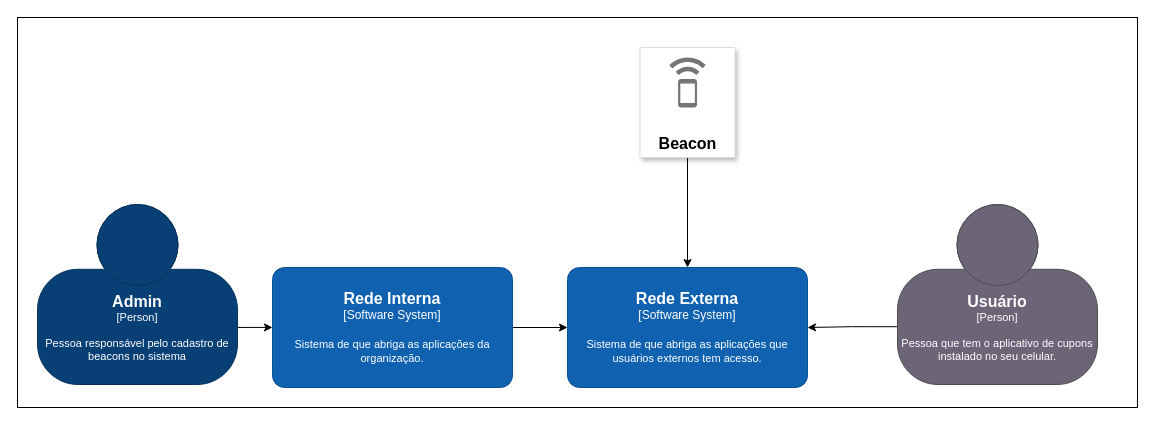
dickson-souza-projects/arq-soft-distrib-puc-minas-2025-java keeps this draw.io diagram as page "Contexto" (1 of 2) of arquitetura.drawio. Above is the earlier version. Source tidied: cells renumbered, new cells numbered last; positions are measured from the earlier drawing's top-left corner, leaving out a move shared by most shapes. Both pictures are drawn from the tidied source at 100%, with x=0, y=0 at pixel (17, 17).
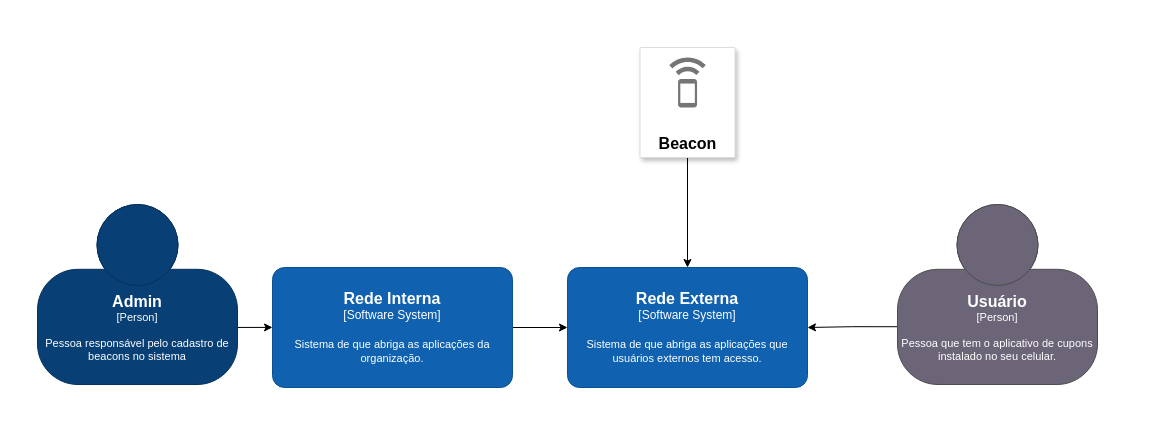
Above is the later version.

Change to the diagram source:
```diff
@@
 <mxGraphModel>
   <root>
     <mxCell id="0" />
     <mxCell id="1" parent="0" />
-    <mxCell id="2" style="rounded=0;whiteSpace=wrap;html=1;fillColor=default;" parent="1" vertex="1">
+    <mxCell id="2" style="rounded=0;whiteSpace=wrap;html=1;fillColor=default;strokeColor=none;" parent="1" vertex="1">
       <mxGeometry width="1120" height="390" as="geometry" />
     </mxCell>
     <mxCell id="3" style="edgeStyle=orthogonalEdgeStyle;rounded=0;jettySize=auto;html=1;exitX=0.993;exitY=0.683;exitDx=0;exitDy=0;exitPerimeter=0;entryX=0;entryY=0.5;entryDx=0;entryDy=0;entryPerimeter=0;" parent="1" edge="1" source="4" target="6">
       <mxGeometry relative="1" as="geometry" />
     </mxCell>
     <object id="4" label="&lt;font style=&quot;font-size: 16px&quot;&gt;&lt;b&gt;&lt;font color=&quot;#FFFFFF&quot;&gt;%c4Name%&lt;/font&gt;&lt;/b&gt;&lt;/font&gt;&lt;div&gt;&lt;font color=&quot;#FFFFFF&quot;&gt;[%c4Type%]&lt;/font&gt;&lt;/div&gt;&lt;br&gt;&lt;div&gt;&lt;font style=&quot;font-size: 11px&quot;&gt;&lt;font color=&quot;#FFFFFF&quot;&gt;%c4Description%&lt;/font&gt;&lt;/font&gt;&lt;/div&gt;" c4Description="Pessoa responsável pelo cadastro de beacons no sistema" c4Name="Admin" c4Type="Person" placeholders="1">
       <mxCell style="html=1;fontSize=11;dashed=0;whiteSpace=wrap;fillColor=#083F75;strokeColor=#06315C;fontColor=#ffffff;shape=mxgraph.c4.person2;align=center;points=[[0.5,0,0],[1,0.5,0],[1,0.75,0],[0.75,1,0],[0.5,1,0],[0.25,1,0],[0,0.75,0],[0,0.5,0]];labelBackgroundColor=none;shadow=0;" parent="1" vertex="1">
         <mxGeometry x="20" y="187" width="200" height="180" as="geometry" />
       </mxCell>
     </object>
     <mxCell id="5" style="edgeStyle=orthogonalEdgeStyle;rounded=0;jettySize=auto;html=1;" parent="1" edge="1" source="6" target="7">
       <mxGeometry relative="1" as="geometry" />
     </mxCell>
     <object id="6" label="&lt;font style=&quot;font-size: 16px&quot;&gt;&lt;b&gt;&lt;font color=&quot;#FFFFFF&quot;&gt;%c4Name%&lt;/font&gt;&lt;/b&gt;&lt;/font&gt;&lt;div&gt;&lt;font color=&quot;#FFFFFF&quot;&gt;[%c4Type%]&lt;/font&gt;&lt;/div&gt;&lt;br&gt;&lt;div&gt;&lt;font style=&quot;font-size: 11px&quot;&gt;&lt;font color=&quot;#FFFFFF&quot;&gt;%c4Description%&lt;/font&gt;&lt;/div&gt;" c4Description="Sistema de que abriga as aplicações da organização." c4Name="Rede Interna" c4Type="Software System" placeholders="1">
       <mxCell style="rounded=1;whiteSpace=wrap;html=1;labelBackgroundColor=none;fillColor=#1061B0;fontColor=#ffffff;align=center;arcSize=10;strokeColor=#0D5091;points=[[0.25,0,0],[0.5,0,0],[0.75,0,0],[1,0.25,0],[1,0.5,0],[1,0.75,0],[0.75,1,0],[0.5,1,0],[0.25,1,0],[0,0.75,0],[0,0.5,0],[0,0.25,0]];" parent="1" vertex="1">
         <mxGeometry x="255" y="250" width="240" height="120" as="geometry" />
       </mxCell>
     </object>
     <object id="7" label="&lt;font style=&quot;font-size: 16px&quot;&gt;&lt;b&gt;&lt;font color=&quot;#FFFFFF&quot;&gt;%c4Name%&lt;/font&gt;&lt;/b&gt;&lt;/font&gt;&lt;div&gt;&lt;font color=&quot;#FFFFFF&quot;&gt;[%c4Type%]&lt;/font&gt;&lt;/div&gt;&lt;br&gt;&lt;div&gt;&lt;font style=&quot;font-size: 11px&quot;&gt;&lt;font color=&quot;#FFFFFF&quot;&gt;%c4Description%&lt;/font&gt;&lt;/div&gt;" c4Description="Sistema de que abriga as aplicações que usuários externos tem acesso." c4Name="Rede Externa" c4Type="Software System" placeholders="1">
       <mxCell style="rounded=1;whiteSpace=wrap;html=1;labelBackgroundColor=none;fillColor=#1061B0;fontColor=#ffffff;align=center;arcSize=10;strokeColor=#0D5091;points=[[0.25,0,0],[0.5,0,0],[0.75,0,0],[1,0.25,0],[1,0.5,0],[1,0.75,0],[0.75,1,0],[0.5,1,0],[0.25,1,0],[0,0.75,0],[0,0.5,0],[0,0.25,0]];" parent="1" vertex="1">
         <mxGeometry x="550" y="250" width="240" height="120" as="geometry" />
       </mxCell>
     </object>
     <mxCell id="8" style="edgeStyle=orthogonalEdgeStyle;rounded=0;jettySize=auto;html=1;" parent="1" edge="1" source="9" target="7">
       <mxGeometry relative="1" as="geometry" />
     </mxCell>
     <mxCell id="9" value="Beacon" style="strokeColor=#dddddd;shadow=1;strokeWidth=1;rounded=1;absoluteArcSize=1;arcSize=2;labelPosition=center;verticalLabelPosition=middle;align=center;verticalAlign=bottom;spacingLeft=0;fontColor=light-dark(#000000, #6a6a6a);fontSize=16;whiteSpace=wrap;spacingBottom=2;html=1;fontStyle=1;" parent="1" vertex="1">
       <mxGeometry x="622.5" y="30" width="95" height="110" as="geometry" />
     </mxCell>
     <mxCell id="10" style="sketch=0;dashed=0;html=1;fillColor=#757575;strokeColor=none;shape=mxgraph.gcp2.beacon;" parent="9" vertex="1">
       <mxGeometry x="0.5" width="36.5" height="50" relative="1" as="geometry">
         <mxPoint x="-18.2" y="10" as="offset" />
       </mxGeometry>
     </mxCell>
     <mxCell id="11" style="edgeStyle=orthogonalEdgeStyle;rounded=0;jettySize=auto;html=1;entryX=1;entryY=0.5;entryDx=0;entryDy=0;entryPerimeter=0;exitX=0.012;exitY=0.679;exitDx=0;exitDy=0;exitPerimeter=0;" parent="1" edge="1" source="12" target="7">
       <mxGeometry relative="1" as="geometry" />
     </mxCell>
     <object id="12" label="&lt;font style=&quot;font-size: 16px&quot;&gt;&lt;b&gt;&lt;font color=&quot;#FFFFFF&quot;&gt;%c4Name%&lt;/font&gt;&lt;/b&gt;&lt;/font&gt;&lt;div&gt;&lt;font color=&quot;#FFFFFF&quot;&gt;[%c4Type%]&lt;/font&gt;&lt;/div&gt;&lt;br&gt;&lt;div&gt;&lt;font style=&quot;font-size: 11px&quot;&gt;&lt;font color=&quot;#FFFFFF&quot;&gt;%c4Description%&lt;/font&gt;&lt;/div&gt;" c4Description="Pessoa que tem o aplicativo de cupons instalado no seu celular." c4Name="Usuário" c4Type="Person" placeholders="1">
       <mxCell style="html=1;fontSize=11;dashed=0;whiteSpace=wrap;fillColor=#6C6477;strokeColor=#4D4D4D;fontColor=#ffffff;shape=mxgraph.c4.person2;align=center;points=[[0.5,0,0],[1,0.5,0],[1,0.75,0],[0.75,1,0],[0.5,1,0],[0.25,1,0],[0,0.75,0],[0,0.5,0]];" parent="1" vertex="1">
         <mxGeometry x="880" y="187" width="200" height="180" as="geometry" />
       </mxCell>
     </object>
   </root>
 </mxGraphModel>
```
